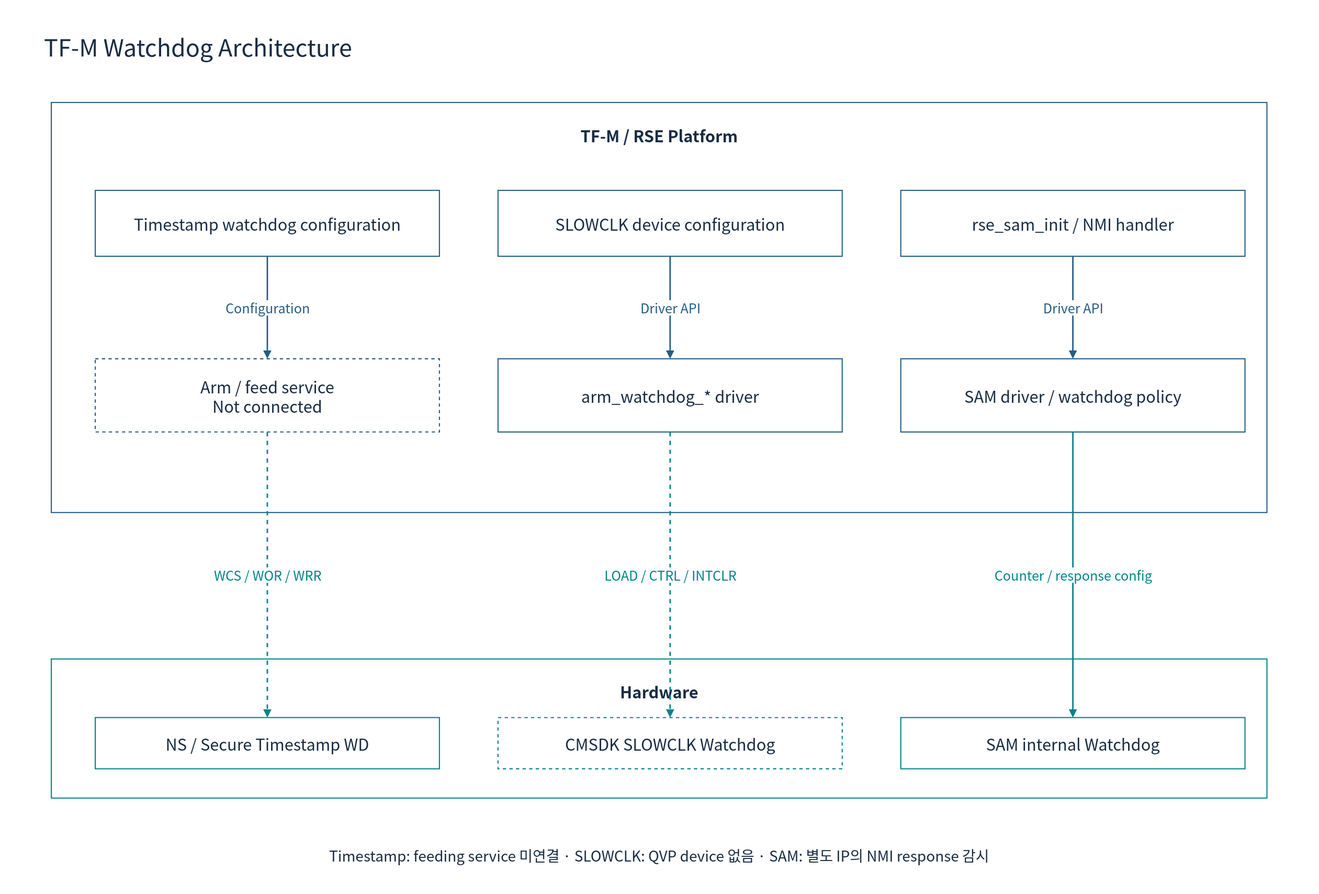
The draw.io diagram doc/phase1/watchdog/diagrams/08e-tfm-software.drawio.svg in cometzero/project-apollo, before a commit. Source tidied: cells renumbered, new cells last; positions are measured from the earlier drawing's top-left corner, leaving out a move shared by most shapes.
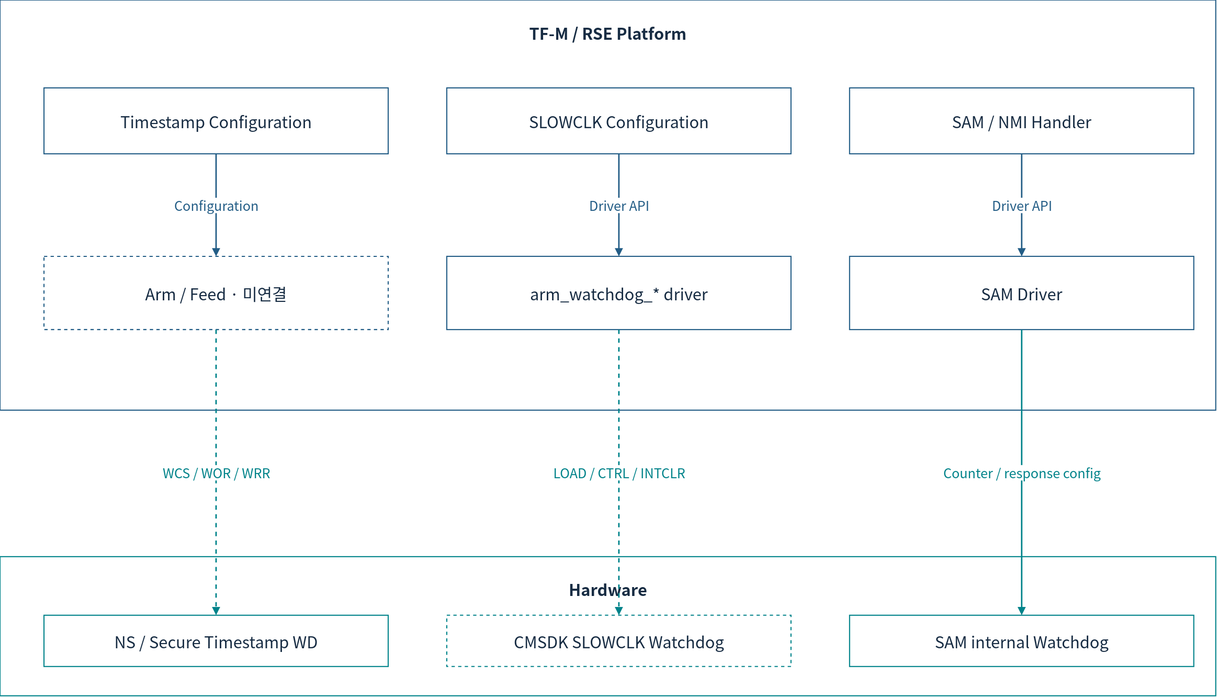
After the commit.

What changed in the source:
```diff
@@ -2,25 +2,19 @@
   <root>
     <mxCell id="0" />
     <mxCell id="1" parent="0" />
-    <mxCell id="2" style="rounded=0;whiteSpace=wrap;html=1;fillColor=#FFFFFF;strokeColor=none;strokeWidth=1.5;fontColor=#172C43;fontFamily=Noto Sans CJK KR;fontSize=22;spacing=10;" parent="1" vertex="1">
-      <mxGeometry width="1800" height="1220" as="geometry" />
-    </mxCell>
-    <mxCell id="3" value="TF-M Watchdog Architecture" style="rounded=0;whiteSpace=wrap;html=1;fillColor=#FFFFFF;strokeColor=none;strokeWidth=1.5;fontColor=#172C43;fontFamily=Noto Sans CJK KR;fontSize=22;spacing=10;fontSize=32;align=left;" parent="1" vertex="1">
-      <mxGeometry x="50" y="30" width="1700" height="65" as="geometry" />
-    </mxCell>
     <mxCell id="4" value="TF-M / RSE Platform" style="rounded=0;whiteSpace=wrap;html=1;fillColor=#FFFFFF;strokeColor=#235D86;strokeWidth=1.5;fontColor=#172C43;fontFamily=Noto Sans CJK KR;fontSize=22;spacing=10;verticalAlign=top;fontStyle=1;spacingTop=16;" parent="1" vertex="1">
       <mxGeometry x="70" y="140" width="1660" height="560" as="geometry" />
     </mxCell>
-    <mxCell id="5" value="Timestamp watchdog configuration" style="rounded=0;whiteSpace=wrap;html=1;fillColor=#FFFFFF;strokeColor=#235D86;strokeWidth=1.5;fontColor=#172C43;fontFamily=Noto Sans CJK KR;fontSize=22;spacing=10;" parent="1" vertex="1">
+    <mxCell id="5" value="Timestamp Configuration" style="rounded=0;whiteSpace=wrap;html=1;fillColor=#FFFFFF;strokeColor=#235D86;strokeWidth=1.5;fontColor=#172C43;fontFamily=Noto Sans CJK KR;fontSize=22;spacing=10;" parent="1" vertex="1">
       <mxGeometry x="130" y="260" width="470" height="90" as="geometry" />
     </mxCell>
-    <mxCell id="6" value="Arm / feed service&#10;Not connected" style="rounded=0;whiteSpace=wrap;html=1;fillColor=#FFFFFF;strokeColor=#235D86;strokeWidth=1.5;fontColor=#172C43;fontFamily=Noto Sans CJK KR;fontSize=22;spacing=10;dashed=1;" parent="1" vertex="1">
+    <mxCell id="6" value="Arm / Feed · 미연결" style="rounded=0;whiteSpace=wrap;html=1;fillColor=#FFFFFF;strokeColor=#235D86;strokeWidth=1.5;fontColor=#172C43;fontFamily=Noto Sans CJK KR;fontSize=22;spacing=10;dashed=1;" parent="1" vertex="1">
       <mxGeometry x="130" y="490" width="470" height="100" as="geometry" />
     </mxCell>
     <mxCell id="7" value="Configuration" style="edgeStyle=orthogonalEdgeStyle;rounded=0;html=1;endArrow=block;endFill=1;strokeWidth=2;strokeColor=#235D86;fontColor=#235D86;fontFamily=Noto Sans CJK KR;fontSize=18;labelBackgroundColor=#FFFFFF;" parent="1" edge="1" source="5" target="6">
       <mxGeometry relative="1" as="geometry" />
     </mxCell>
-    <mxCell id="8" value="SLOWCLK device configuration" style="rounded=0;whiteSpace=wrap;html=1;fillColor=#FFFFFF;strokeColor=#235D86;strokeWidth=1.5;fontColor=#172C43;fontFamily=Noto Sans CJK KR;fontSize=22;spacing=10;" parent="1" vertex="1">
+    <mxCell id="8" value="SLOWCLK Configuration" style="rounded=0;whiteSpace=wrap;html=1;fillColor=#FFFFFF;strokeColor=#235D86;strokeWidth=1.5;fontColor=#172C43;fontFamily=Noto Sans CJK KR;fontSize=22;spacing=10;" parent="1" vertex="1">
       <mxGeometry x="680" y="260" width="470" height="90" as="geometry" />
     </mxCell>
     <mxCell id="9" value="arm_watchdog_* driver" style="rounded=0;whiteSpace=wrap;html=1;fillColor=#FFFFFF;strokeColor=#235D86;strokeWidth=1.5;fontColor=#172C43;fontFamily=Noto Sans CJK KR;fontSize=22;spacing=10;" parent="1" vertex="1">
@@ -29,10 +23,10 @@
     <mxCell id="10" value="Driver API" style="edgeStyle=orthogonalEdgeStyle;rounded=0;html=1;endArrow=block;endFill=1;strokeWidth=2;strokeColor=#235D86;fontColor=#235D86;fontFamily=Noto Sans CJK KR;fontSize=18;labelBackgroundColor=#FFFFFF;" parent="1" edge="1" source="8" target="9">
       <mxGeometry relative="1" as="geometry" />
     </mxCell>
-    <mxCell id="11" value="rse_sam_init / NMI handler" style="rounded=0;whiteSpace=wrap;html=1;fillColor=#FFFFFF;strokeColor=#235D86;strokeWidth=1.5;fontColor=#172C43;fontFamily=Noto Sans CJK KR;fontSize=22;spacing=10;" parent="1" vertex="1">
+    <mxCell id="11" value="SAM / NMI Handler" style="rounded=0;whiteSpace=wrap;html=1;fillColor=#FFFFFF;strokeColor=#235D86;strokeWidth=1.5;fontColor=#172C43;fontFamily=Noto Sans CJK KR;fontSize=22;spacing=10;" parent="1" vertex="1">
       <mxGeometry x="1230" y="260" width="470" height="90" as="geometry" />
     </mxCell>
-    <mxCell id="12" value="SAM driver / watchdog policy" style="rounded=0;whiteSpace=wrap;html=1;fillColor=#FFFFFF;strokeColor=#235D86;strokeWidth=1.5;fontColor=#172C43;fontFamily=Noto Sans CJK KR;fontSize=22;spacing=10;" parent="1" vertex="1">
+    <mxCell id="12" value="SAM Driver" style="rounded=0;whiteSpace=wrap;html=1;fillColor=#FFFFFF;strokeColor=#235D86;strokeWidth=1.5;fontColor=#172C43;fontFamily=Noto Sans CJK KR;fontSize=22;spacing=10;" parent="1" vertex="1">
       <mxGeometry x="1230" y="490" width="470" height="100" as="geometry" />
     </mxCell>
     <mxCell id="13" value="Driver API" style="edgeStyle=orthogonalEdgeStyle;rounded=0;html=1;endArrow=block;endFill=1;strokeWidth=2;strokeColor=#235D86;fontColor=#235D86;fontFamily=Noto Sans CJK KR;fontSize=18;labelBackgroundColor=#FFFFFF;" parent="1" edge="1" source="11" target="12">
@@ -59,8 +53,5 @@
     <mxCell id="20" value="Counter / response config" style="edgeStyle=orthogonalEdgeStyle;rounded=0;html=1;endArrow=block;endFill=1;strokeWidth=2;strokeColor=#00838A;fontColor=#00838A;fontFamily=Noto Sans CJK KR;fontSize=18;labelBackgroundColor=#FFFFFF;" parent="1" edge="1" source="12" target="19">
       <mxGeometry relative="1" as="geometry" />
     </mxCell>
-    <mxCell id="21" value="Timestamp: feeding service 미연결 · SLOWCLK: QVP device 없음 · SAM: 별도 IP의 NMI response 감시" style="rounded=0;whiteSpace=wrap;html=1;fillColor=#FFFFFF;strokeColor=none;strokeWidth=1.5;fontColor=#172C43;fontFamily=Noto Sans CJK KR;fontSize=22;spacing=10;fontSize=20;" parent="1" vertex="1">
-      <mxGeometry x="70" y="1140" width="1660" height="55" as="geometry" />
-    </mxCell>
   </root>
 </mxGraphModel>
```
